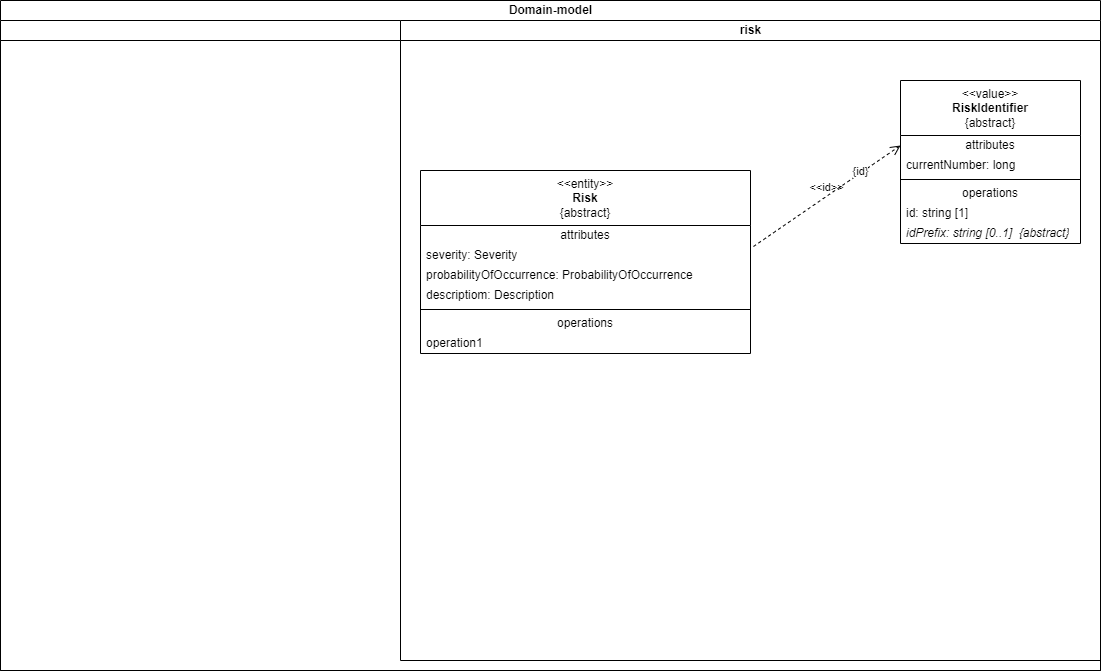
The draw.io diagram documentation/arc-documentation/images/08_concepts/domain-model.drawio.png in stueberm1/riskmanager, before a commit. Source tidied: cells renumbered, new cells last; positions are measured from the earlier drawing's top-left corner, leaving out a move shared by most shapes. The source it was exported from:
```xml
<mxGraphModel>
  <root>
    <mxCell id="0" />
    <mxCell id="1" parent="0" />
    <mxCell id="2" value="Domain-model" style="swimlane;startSize=20;html=1;" parent="1" vertex="1">
      <mxGeometry width="1100" height="670" as="geometry" />
    </mxCell>
    <mxCell id="3" value="project" style="swimlane;startSize=20;html=1;" parent="2" vertex="1">
      <mxGeometry y="20" width="1100" height="650" as="geometry" />
    </mxCell>
    <mxCell id="4" value="risk" style="swimlane;startSize=20;html=1;" parent="3" vertex="1">
      <mxGeometry x="400" width="700" height="640" as="geometry" />
    </mxCell>
    <mxCell id="5" value="&amp;lt;&amp;lt;entity&amp;gt;&amp;gt;&lt;br&gt;&lt;b&gt;Risk&lt;/b&gt;&lt;br&gt;{abstract}" style="swimlane;fontStyle=0;align=center;verticalAlign=top;horizontal=1;startSize=55;html=1;whiteSpace=wrap;" parent="4" vertex="1">
      <mxGeometry x="20" y="150" width="330" height="183" as="geometry" />
    </mxCell>
    <mxCell id="6" value="attributes" style="text;html=1;strokeColor=none;fillColor=none;align=center;verticalAlign=middle;spacingLeft=4;spacingRight=4;overflow=hidden;whiteSpace=wrap;" parent="5" vertex="1">
      <mxGeometry y="55" width="330" height="20" as="geometry" />
    </mxCell>
    <mxCell id="7" value="severity: Severity" style="text;html=1;strokeColor=none;fillColor=none;align=left;verticalAlign=middle;spacingLeft=4;spacingRight=4;overflow=hidden;points=[[0,0.5],[1,0.5]];portConstraint=eastwest;whiteSpace=wrap;" parent="5" vertex="1">
      <mxGeometry y="75" width="330" height="20" as="geometry" />
    </mxCell>
    <mxCell id="8" value="probabilityOfOccurrence: ProbabilityOfOccurrence" style="text;html=1;strokeColor=none;fillColor=none;align=left;verticalAlign=middle;spacingLeft=4;spacingRight=4;overflow=hidden;whiteSpace=wrap;" parent="5" vertex="1">
      <mxGeometry y="95" width="330" height="20" as="geometry" />
    </mxCell>
    <mxCell id="9" value="descriptiom: Description" style="text;html=1;strokeColor=none;fillColor=none;align=left;verticalAlign=middle;spacingLeft=4;spacingRight=4;overflow=hidden;whiteSpace=wrap;" parent="5" vertex="1">
      <mxGeometry y="115" width="330" height="20" as="geometry" />
    </mxCell>
    <mxCell id="10" style="line;strokeWidth=1;fillColor=none;align=left;verticalAlign=middle;spacingTop=-1;spacingLeft=3;spacingRight=3;labelPosition=right;" parent="5" vertex="1">
      <mxGeometry y="135" width="330" height="8" as="geometry" />
    </mxCell>
    <mxCell id="11" value="operations" style="text;html=1;strokeColor=none;fillColor=none;align=center;verticalAlign=middle;spacingLeft=4;spacingRight=4;overflow=hidden;whiteSpace=wrap;" parent="5" vertex="1">
      <mxGeometry y="143" width="330" height="20" as="geometry" />
    </mxCell>
    <mxCell id="12" value="operation1" style="text;html=1;strokeColor=none;fillColor=none;align=left;verticalAlign=middle;spacingLeft=4;spacingRight=4;overflow=hidden;whiteSpace=wrap;" parent="5" vertex="1">
      <mxGeometry y="163" width="330" height="20" as="geometry" />
    </mxCell>
    <mxCell id="13" value="&amp;lt;&amp;lt;value&amp;gt;&amp;gt;&lt;br&gt;&lt;b&gt;RiskIdentifier&lt;/b&gt;&lt;br&gt;{abstract}" style="swimlane;fontStyle=0;align=center;verticalAlign=top;horizontal=1;startSize=55;html=1;whiteSpace=wrap;" parent="4" vertex="1">
      <mxGeometry x="500" y="60" width="180" height="163" as="geometry" />
    </mxCell>
    <mxCell id="14" value="attributes" style="text;html=1;strokeColor=none;fillColor=none;align=center;verticalAlign=middle;spacingLeft=4;spacingRight=4;overflow=hidden;points=[[0,0.5],[1,0.5]];portConstraint=eastwest;whiteSpace=wrap;" parent="13" vertex="1">
      <mxGeometry y="55" width="180" height="20" as="geometry" />
    </mxCell>
    <mxCell id="15" value="currentNumber: long" style="text;html=1;strokeColor=none;fillColor=none;align=left;verticalAlign=middle;spacingLeft=4;spacingRight=4;overflow=hidden;whiteSpace=wrap;" parent="13" vertex="1">
      <mxGeometry y="75" width="180" height="20" as="geometry" />
    </mxCell>
    <mxCell id="16" style="line;strokeWidth=1;fillColor=none;align=left;verticalAlign=middle;spacingTop=-1;spacingLeft=3;spacingRight=3;labelPosition=right;" parent="13" vertex="1">
      <mxGeometry y="95" width="180" height="8" as="geometry" />
    </mxCell>
    <mxCell id="17" value="operations" style="text;html=1;strokeColor=none;fillColor=none;align=center;verticalAlign=middle;spacingLeft=4;spacingRight=4;overflow=hidden;whiteSpace=wrap;" parent="13" vertex="1">
      <mxGeometry y="103" width="180" height="20" as="geometry" />
    </mxCell>
    <mxCell id="18" value="id: string [1]" style="text;html=1;strokeColor=none;fillColor=none;align=left;verticalAlign=middle;spacingLeft=4;spacingRight=4;overflow=hidden;whiteSpace=wrap;" parent="13" vertex="1">
      <mxGeometry y="123" width="180" height="20" as="geometry" />
    </mxCell>
    <mxCell id="19" value="&lt;i&gt;idPrefix: string [0..1]&amp;nbsp; {abstract}&lt;/i&gt;" style="text;html=1;strokeColor=none;fillColor=none;align=left;verticalAlign=middle;spacingLeft=4;spacingRight=4;overflow=hidden;whiteSpace=wrap;" parent="13" vertex="1">
      <mxGeometry y="143" width="180" height="20" as="geometry" />
    </mxCell>
    <mxCell id="20" value="&amp;lt;&amp;lt;id&amp;gt;&amp;gt;" style="endArrow=open;startArrow=none;endFill=0;startFill=0;endSize=8;html=1;verticalAlign=bottom;dashed=1;labelBackgroundColor=none;rounded=0;exitX=1.009;exitY=0.05;exitDx=0;exitDy=0;exitPerimeter=0;entryX=0;entryY=0.5;entryDx=0;entryDy=0;" parent="4" edge="1" source="7" target="14">
      <mxGeometry relative="1" as="geometry" />
    </mxCell>
    <mxCell id="21" value="{id}" style="edgeLabel;html=1;align=center;verticalAlign=middle;" parent="20" vertex="1">
      <mxGeometry x="0.47" y="2" relative="1" as="geometry" />
    </mxCell>
  </root>
</mxGraphModel>
```
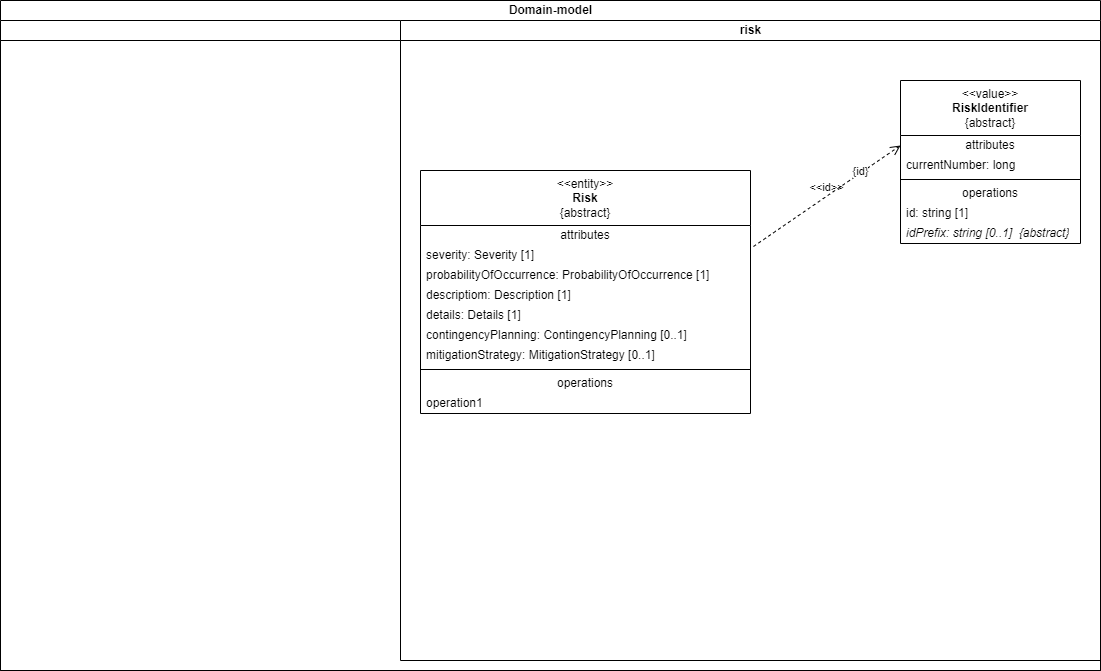
Later version of the same file.

Commit message:
Extend the description of the domain-model and the solution strategy

What changed in the source:
```diff
@@ -12,28 +12,37 @@
       <mxGeometry x="400" width="700" height="640" as="geometry" />
     </mxCell>
     <mxCell id="5" value="&amp;lt;&amp;lt;entity&amp;gt;&amp;gt;&lt;br&gt;&lt;b&gt;Risk&lt;/b&gt;&lt;br&gt;{abstract}" style="swimlane;fontStyle=0;align=center;verticalAlign=top;horizontal=1;startSize=55;html=1;whiteSpace=wrap;" parent="4" vertex="1">
-      <mxGeometry x="20" y="150" width="330" height="183" as="geometry" />
+      <mxGeometry x="20" y="150" width="330" height="243" as="geometry" />
     </mxCell>
     <mxCell id="6" value="attributes" style="text;html=1;strokeColor=none;fillColor=none;align=center;verticalAlign=middle;spacingLeft=4;spacingRight=4;overflow=hidden;whiteSpace=wrap;" parent="5" vertex="1">
       <mxGeometry y="55" width="330" height="20" as="geometry" />
     </mxCell>
-    <mxCell id="7" value="severity: Severity" style="text;html=1;strokeColor=none;fillColor=none;align=left;verticalAlign=middle;spacingLeft=4;spacingRight=4;overflow=hidden;points=[[0,0.5],[1,0.5]];portConstraint=eastwest;whiteSpace=wrap;" parent="5" vertex="1">
+    <mxCell id="7" value="severity: Severity [1]" style="text;html=1;strokeColor=none;fillColor=none;align=left;verticalAlign=middle;spacingLeft=4;spacingRight=4;overflow=hidden;points=[[0,0.5],[1,0.5]];portConstraint=eastwest;whiteSpace=wrap;" parent="5" vertex="1">
       <mxGeometry y="75" width="330" height="20" as="geometry" />
     </mxCell>
-    <mxCell id="8" value="probabilityOfOccurrence: ProbabilityOfOccurrence" style="text;html=1;strokeColor=none;fillColor=none;align=left;verticalAlign=middle;spacingLeft=4;spacingRight=4;overflow=hidden;whiteSpace=wrap;" parent="5" vertex="1">
+    <mxCell id="8" value="probabilityOfOccurrence: ProbabilityOfOccurrence [1]" style="text;html=1;strokeColor=none;fillColor=none;align=left;verticalAlign=middle;spacingLeft=4;spacingRight=4;overflow=hidden;whiteSpace=wrap;" parent="5" vertex="1">
       <mxGeometry y="95" width="330" height="20" as="geometry" />
     </mxCell>
-    <mxCell id="9" value="descriptiom: Description" style="text;html=1;strokeColor=none;fillColor=none;align=left;verticalAlign=middle;spacingLeft=4;spacingRight=4;overflow=hidden;whiteSpace=wrap;" parent="5" vertex="1">
+    <mxCell id="9" value="descriptiom: Description [1]" style="text;html=1;strokeColor=none;fillColor=none;align=left;verticalAlign=middle;spacingLeft=4;spacingRight=4;overflow=hidden;whiteSpace=wrap;" parent="5" vertex="1">
       <mxGeometry y="115" width="330" height="20" as="geometry" />
     </mxCell>
+    <mxCell id="22" value="details: Details [1]" style="text;html=1;strokeColor=none;fillColor=none;align=left;verticalAlign=middle;spacingLeft=4;spacingRight=4;overflow=hidden;whiteSpace=wrap;" parent="5" vertex="1">
+      <mxGeometry y="135" width="330" height="20" as="geometry" />
+    </mxCell>
+    <mxCell id="23" value="contingencyPlanning: ContingencyPlanning [0..1]" style="text;html=1;strokeColor=none;fillColor=none;align=left;verticalAlign=middle;spacingLeft=4;spacingRight=4;overflow=hidden;whiteSpace=wrap;" parent="5" vertex="1">
+      <mxGeometry y="155" width="330" height="20" as="geometry" />
+    </mxCell>
+    <mxCell id="24" value="mitigationStrategy: MitigationStrategy [0..1]" style="text;html=1;strokeColor=none;fillColor=none;align=left;verticalAlign=middle;spacingLeft=4;spacingRight=4;overflow=hidden;whiteSpace=wrap;" parent="5" vertex="1">
+      <mxGeometry y="175" width="330" height="20" as="geometry" />
+    </mxCell>
     <mxCell id="10" style="line;strokeWidth=1;fillColor=none;align=left;verticalAlign=middle;spacingTop=-1;spacingLeft=3;spacingRight=3;labelPosition=right;" parent="5" vertex="1">
-      <mxGeometry y="135" width="330" height="8" as="geometry" />
+      <mxGeometry y="195" width="330" height="8" as="geometry" />
     </mxCell>
     <mxCell id="11" value="operations" style="text;html=1;strokeColor=none;fillColor=none;align=center;verticalAlign=middle;spacingLeft=4;spacingRight=4;overflow=hidden;whiteSpace=wrap;" parent="5" vertex="1">
-      <mxGeometry y="143" width="330" height="20" as="geometry" />
+      <mxGeometry y="203" width="330" height="20" as="geometry" />
     </mxCell>
     <mxCell id="12" value="operation1" style="text;html=1;strokeColor=none;fillColor=none;align=left;verticalAlign=middle;spacingLeft=4;spacingRight=4;overflow=hidden;whiteSpace=wrap;" parent="5" vertex="1">
-      <mxGeometry y="163" width="330" height="20" as="geometry" />
+      <mxGeometry y="223" width="330" height="20" as="geometry" />
     </mxCell>
     <mxCell id="13" value="&amp;lt;&amp;lt;value&amp;gt;&amp;gt;&lt;br&gt;&lt;b&gt;RiskIdentifier&lt;/b&gt;&lt;br&gt;{abstract}" style="swimlane;fontStyle=0;align=center;verticalAlign=top;horizontal=1;startSize=55;html=1;whiteSpace=wrap;" parent="4" vertex="1">
       <mxGeometry x="500" y="60" width="180" height="163" as="geometry" />
```
